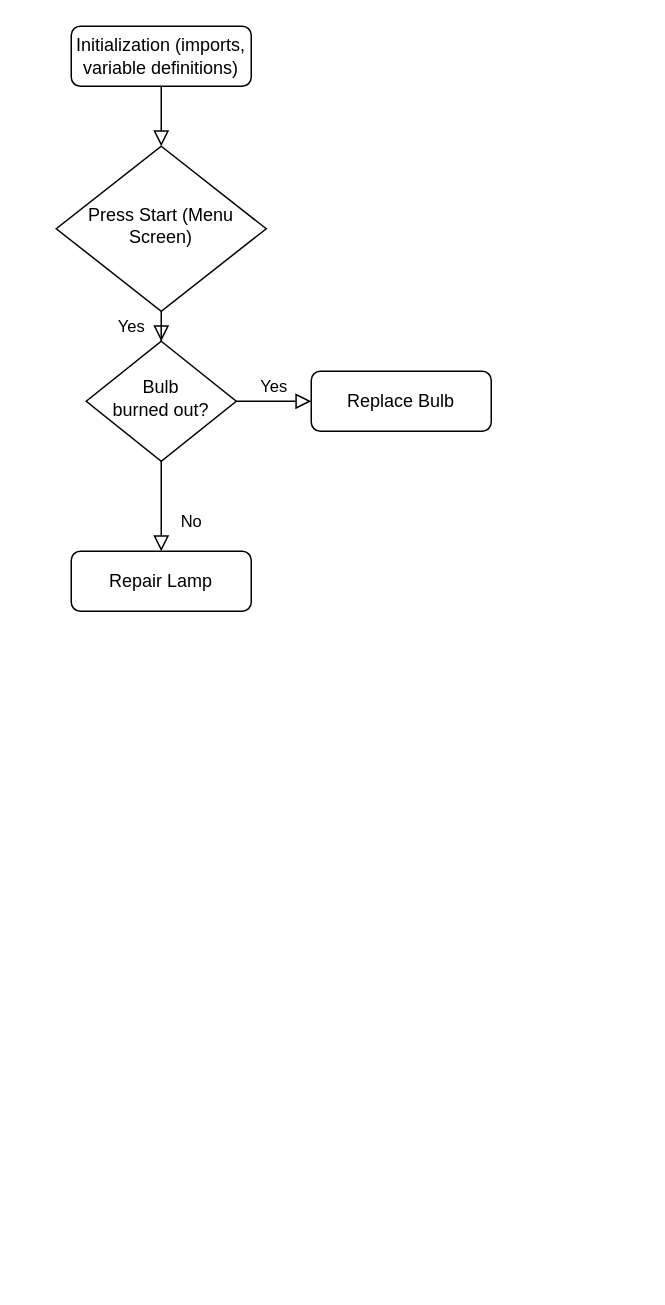
Earlier version of the draw.io diagram .idea/Hell's Kitchen.drawio (benski08/HellsKitchen). Source tidied: cells renumbered, new cells numbered last; positions are measured from the earlier drawing's top-left corner, leaving out a move shared by most shapes. Both pictures are drawn from the tidied source at 150%, with x=0, y=0 at pixel (56, 26).
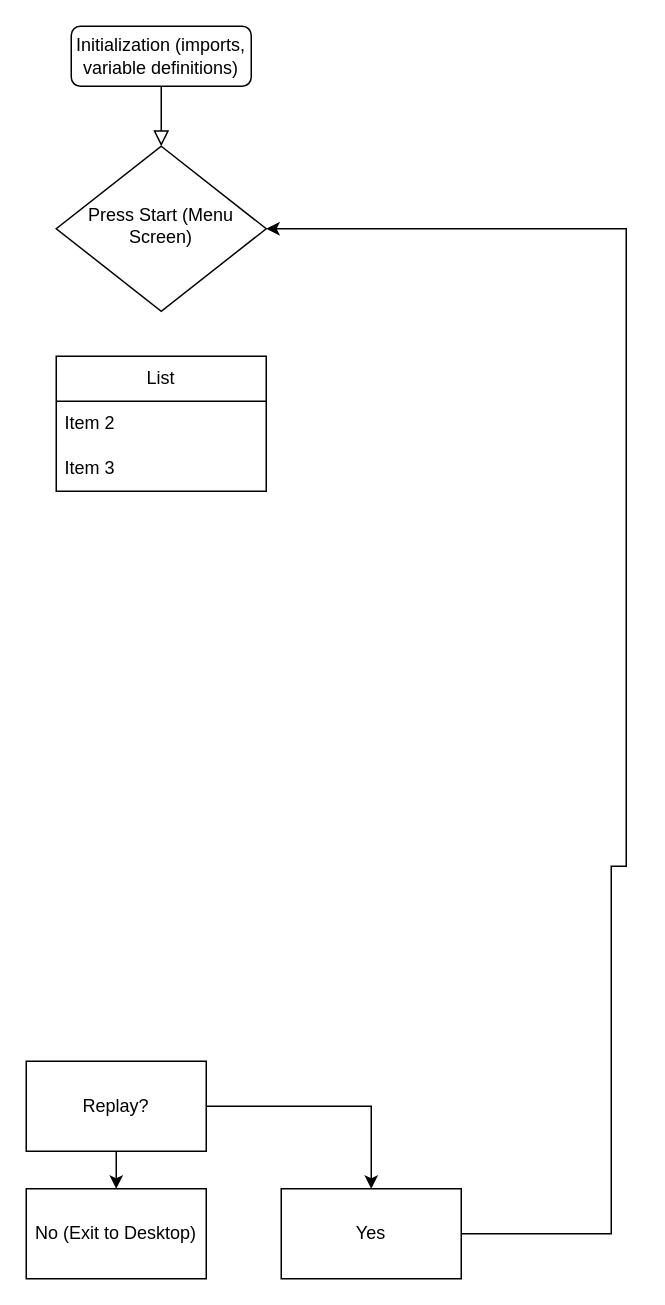
Above is the later version.

Commit message (it also covers changes not shown here):
Mettre à jour Hell's Kitchen.drawio

Change to the diagram source:
```diff
@@
 <mxGraphModel>
   <root>
     <mxCell id="0" />
     <mxCell id="1" parent="0" />
     <mxCell id="2" style="rounded=0;html=1;jettySize=auto;fontSize=11;endArrow=block;endFill=0;endSize=8;strokeWidth=1;shadow=0;labelBackgroundColor=none;edgeStyle=orthogonalEdgeStyle;" parent="1" edge="1" source="3" target="5">
       <mxGeometry relative="1" as="geometry" />
     </mxCell>
     <mxCell id="3" value="Initialization (imports, variable definitions)" style="rounded=1;whiteSpace=wrap;html=1;fontSize=12;glass=0;strokeWidth=1;shadow=0;" parent="1" vertex="1">
       <mxGeometry x="10" width="120" height="40" as="geometry" />
     </mxCell>
-    <mxCell id="4" value="Yes" style="rounded=0;html=1;jettySize=auto;fontSize=11;endArrow=block;endFill=0;endSize=8;strokeWidth=1;shadow=0;labelBackgroundColor=none;edgeStyle=orthogonalEdgeStyle;" parent="1" edge="1" source="5" target="8">
-      <mxGeometry y="20" relative="1" as="geometry" />
-    </mxCell>
     <mxCell id="5" value="Press Start (Menu Screen)" style="rhombus;whiteSpace=wrap;html=1;shadow=0;fontFamily=Helvetica;fontSize=12;align=center;strokeWidth=1;spacing=6;spacingTop=-4;" parent="1" vertex="1">
       <mxGeometry y="80" width="140" height="110" as="geometry" />
     </mxCell>
-    <mxCell id="6" value="No" style="rounded=0;html=1;jettySize=auto;fontSize=11;endArrow=block;endFill=0;endSize=8;strokeWidth=1;shadow=0;labelBackgroundColor=none;edgeStyle=orthogonalEdgeStyle;" parent="1" edge="1" source="8" target="9">
-      <mxGeometry x="0.33" y="20" relative="1" as="geometry" />
-    </mxCell>
-    <mxCell id="7" value="Yes" style="edgeStyle=orthogonalEdgeStyle;rounded=0;html=1;jettySize=auto;fontSize=11;endArrow=block;endFill=0;endSize=8;strokeWidth=1;shadow=0;labelBackgroundColor=none;" parent="1" edge="1" source="8" target="10">
-      <mxGeometry y="10" relative="1" as="geometry" />
-    </mxCell>
-    <mxCell id="8" value="Bulb&lt;br&gt;burned out?" style="rhombus;whiteSpace=wrap;html=1;shadow=0;fontFamily=Helvetica;fontSize=12;align=center;strokeWidth=1;spacing=6;spacingTop=-4;" parent="1" vertex="1">
-      <mxGeometry x="20" y="210" width="100" height="80" as="geometry" />
-    </mxCell>
-    <mxCell id="9" value="Repair Lamp" style="rounded=1;whiteSpace=wrap;html=1;fontSize=12;glass=0;strokeWidth=1;shadow=0;" parent="1" vertex="1">
-      <mxGeometry x="10" y="350" width="120" height="40" as="geometry" />
-    </mxCell>
-    <mxCell id="10" value="Replace Bulb" style="rounded=1;whiteSpace=wrap;html=1;fontSize=12;glass=0;strokeWidth=1;shadow=0;" parent="1" vertex="1">
-      <mxGeometry x="170" y="230" width="120" height="40" as="geometry" />
-    </mxCell>
+    <mxCell id="11" style="edgeStyle=orthogonalEdgeStyle;rounded=0;jettySize=auto;html=1;" parent="1" edge="1" source="13" target="15">
+      <mxGeometry relative="1" as="geometry" />
+    </mxCell>
+    <mxCell id="12" style="edgeStyle=orthogonalEdgeStyle;rounded=0;jettySize=auto;html=1;" parent="1" edge="1" source="13" target="16">
+      <mxGeometry relative="1" as="geometry" />
+    </mxCell>
+    <mxCell id="13" value="Replay?" style="rounded=0;whiteSpace=wrap;html=1;" parent="1" vertex="1">
+      <mxGeometry x="-20" y="690" width="120" height="60" as="geometry" />
+    </mxCell>
+    <mxCell id="14" style="edgeStyle=orthogonalEdgeStyle;rounded=0;jettySize=auto;html=1;entryX=1;entryY=0.5;entryDx=0;entryDy=0;" parent="1" edge="1" source="15" target="5">
+      <mxGeometry relative="1" as="geometry">
+        <Array as="points">
+          <mxPoint x="370" y="805" />
+          <mxPoint x="370" y="560" />
+          <mxPoint x="380" y="560" />
+          <mxPoint x="380" y="135" />
+        </Array>
+      </mxGeometry>
+    </mxCell>
+    <mxCell id="15" value="Yes" style="rounded=0;whiteSpace=wrap;html=1;" parent="1" vertex="1">
+      <mxGeometry x="150" y="775" width="120" height="60" as="geometry" />
+    </mxCell>
+    <mxCell id="16" value="No (Exit to Desktop)" style="rounded=0;whiteSpace=wrap;html=1;" parent="1" vertex="1">
+      <mxGeometry x="-20" y="775" width="120" height="60" as="geometry" />
+    </mxCell>
+    <mxCell id="17" value="List" style="swimlane;fontStyle=0;horizontal=1;startSize=30;whiteSpace=wrap;html=1;" parent="1" vertex="1">
+      <mxGeometry y="220" width="140" height="90" as="geometry" />
+    </mxCell>
+    <mxCell id="18" value="Item 2" style="text;strokeColor=none;fillColor=none;align=left;verticalAlign=middle;spacingLeft=4;spacingRight=4;overflow=hidden;whiteSpace=wrap;html=1;" parent="17" vertex="1">
+      <mxGeometry y="30" width="140" height="30" as="geometry" />
+    </mxCell>
+    <mxCell id="19" value="Item 3" style="text;strokeColor=none;fillColor=none;align=left;verticalAlign=middle;spacingLeft=4;spacingRight=4;overflow=hidden;whiteSpace=wrap;html=1;" parent="17" vertex="1">
+      <mxGeometry y="60" width="140" height="30" as="geometry" />
+    </mxCell>
   </root>
 </mxGraphModel>
```
